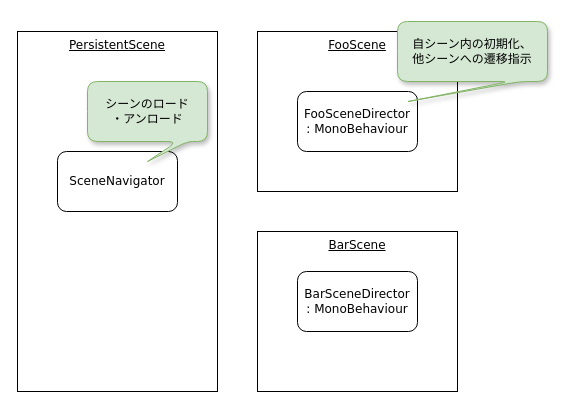
Before: books/ushibutatory-gamedev-5/scene-navigator.drawio in ushibutatory/tech-images, a draw.io diagram. Source tidied: cells renumbered, new cells numbered last; positions are measured from the earlier drawing's top-left corner, leaving out a move shared by most shapes. Both pictures are drawn from the tidied source at 100%, with x=0, y=0 at pixel (17, 21).
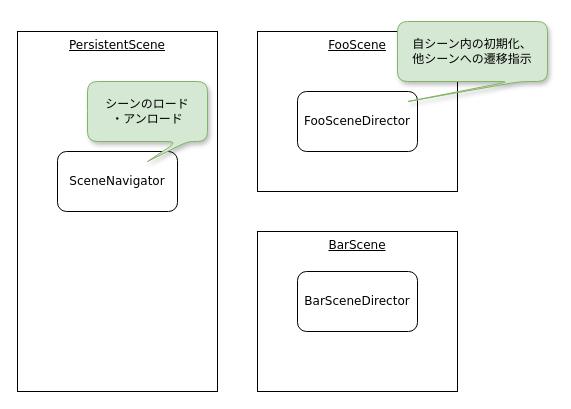
The same diagram, later.

What changed in the source:
```diff
@@
 <mxGraphModel background="#ffffff">
   <root>
     <mxCell id="0" />
     <mxCell id="1" parent="0" />
     <mxCell id="2" value="PersistentScene" style="rounded=0;whiteSpace=wrap;html=1;verticalAlign=top;fontStyle=4;fillColor=none;fontFamily=Verdana;" parent="1" vertex="1">
       <mxGeometry y="10" width="200" height="360" as="geometry" />
     </mxCell>
     <mxCell id="3" value="FooScene" style="rounded=0;whiteSpace=wrap;html=1;verticalAlign=top;fontStyle=4;fillColor=none;fontFamily=Verdana;" parent="1" vertex="1">
       <mxGeometry x="240" y="10" width="200" height="160" as="geometry" />
     </mxCell>
     <mxCell id="4" value="BarScene" style="rounded=0;whiteSpace=wrap;html=1;verticalAlign=top;fontStyle=4;fillColor=none;fontFamily=Verdana;" parent="1" vertex="1">
       <mxGeometry x="240" y="210" width="200" height="160" as="geometry" />
     </mxCell>
     <mxCell id="5" value="SceneNavigator" style="rounded=1;whiteSpace=wrap;html=1;fontFamily=Verdana;" parent="1" vertex="1">
       <mxGeometry x="40" y="130" width="120" height="60" as="geometry" />
     </mxCell>
-    <mxCell id="6" value="FooSceneDirector&lt;br&gt;: MonoBehaviour" style="rounded=1;whiteSpace=wrap;html=1;fontFamily=Verdana;" parent="1" vertex="1">
+    <mxCell id="6" value="FooSceneDirector" style="rounded=1;whiteSpace=wrap;html=1;fontFamily=Verdana;" parent="1" vertex="1">
       <mxGeometry x="280" y="70" width="120" height="60" as="geometry" />
     </mxCell>
-    <mxCell id="7" value="BarSceneDirector&lt;br&gt;: MonoBehaviour" style="rounded=1;whiteSpace=wrap;html=1;fontFamily=Verdana;" parent="1" vertex="1">
+    <mxCell id="7" value="BarSceneDirector" style="rounded=1;whiteSpace=wrap;html=1;fontFamily=Verdana;" parent="1" vertex="1">
       <mxGeometry x="280" y="250" width="120" height="60" as="geometry" />
     </mxCell>
     <mxCell id="8" value="シーンのロード&lt;br&gt;・アンロード" style="shape=callout;whiteSpace=wrap;html=1;perimeter=calloutPerimeter;rounded=1;size=20;position=0.75;base=10;shadow=1;fillColor=#d5e8d4;strokeColor=#82b366;" parent="1" vertex="1">
       <mxGeometry x="70" y="60" width="120" height="80" as="geometry" />
     </mxCell>
     <mxCell id="9" value="自シーン内の初期化、&lt;br&gt;他シーンへの遷移指示" style="shape=callout;whiteSpace=wrap;html=1;perimeter=calloutPerimeter;rounded=1;size=20;position=0.75;base=10;shadow=1;fillColor=#d5e8d4;strokeColor=#82b366;position2=0.07;" parent="1" vertex="1">
       <mxGeometry x="380" width="150" height="80" as="geometry" />
     </mxCell>
   </root>
 </mxGraphModel>
```
